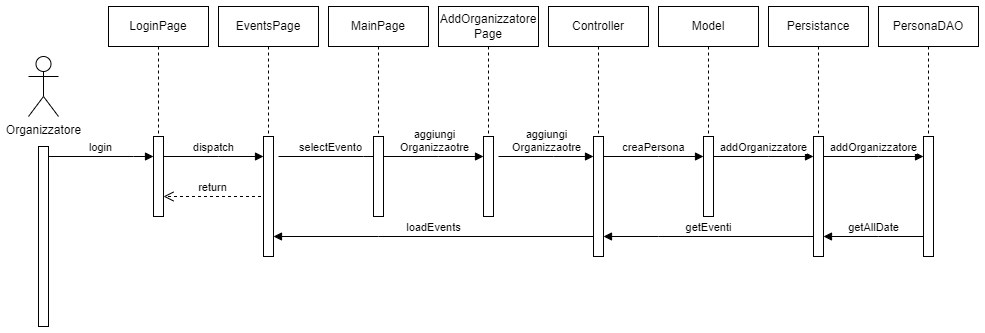
The draw.io diagram Documentazione/Diagrammi/Draw.io/images/aggiungiOrganizzatore.png in IngSW-unipv/Progetto-H25, before a commit. Source tidied: cells renumbered, new cells last; positions are measured from the earlier drawing's top-left corner, leaving out a move shared by most shapes.
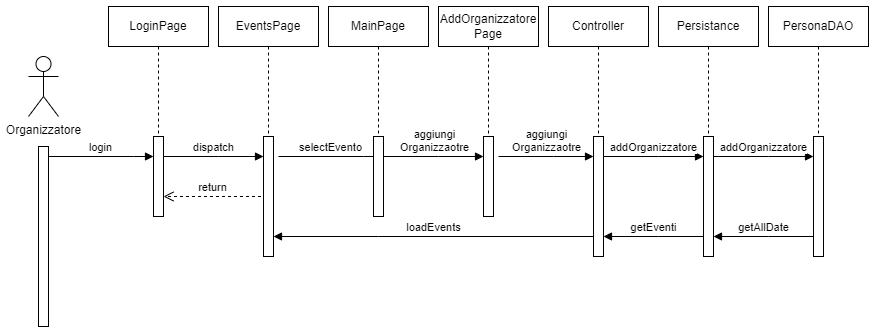
The same file after the commit.

Diff of the diagram source:
```diff
@@ -82,26 +82,8 @@
     <mxCell id="20" style="html=1;points=[[0,0,0,0,5],[0,1,0,0,-5],[1,0,0,0,5],[1,1,0,0,-5]];perimeter=orthogonalPerimeter;outlineConnect=0;targetShapes=umlLifeline;portConstraint=eastwest;newEdgeStyle={&quot;curved&quot;:0,&quot;rounded&quot;:0};" parent="18" vertex="1">
       <mxGeometry x="45" y="130" width="10" height="120" as="geometry" />
     </mxCell>
-    <mxCell id="21" style="group;" parent="1" vertex="1">
-      <mxGeometry x="630" width="100" height="210" as="geometry" />
-    </mxCell>
-    <mxCell id="22" value="Model" style="shape=umlLifeline;perimeter=lifelinePerimeter;whiteSpace=wrap;html=1;newEdgeStyle={&quot;edgeStyle&quot;:&quot;elbowEdgeStyle&quot;,&quot;elbow&quot;:&quot;vertical&quot;,&quot;curved&quot;:0,&quot;rounded&quot;:0};" parent="21" vertex="1">
-      <mxGeometry width="100" height="210" as="geometry" />
-    </mxCell>
-    <mxCell id="23" style="html=1;perimeter=orthogonalPerimeter;targetShapes=umlLifeline;newEdgeStyle={&quot;curved&quot;:0,&quot;rounded&quot;:0};" parent="21" vertex="1">
-      <mxGeometry x="45" y="130" width="10" height="80" as="geometry" />
-    </mxCell>
-    <mxCell id="24" value="creaPersona" style="html=1;verticalAlign=bottom;endArrow=block;edgeStyle=elbowEdgeStyle;elbow=vertical;curved=0;rounded=0;" parent="21" edge="1">
-      <mxGeometry relative="1" as="geometry">
-        <mxPoint x="-55" y="150" as="sourcePoint" />
-        <mxPoint x="45" y="150" as="targetPoint" />
-        <Array as="points">
-          <mxPoint y="150" />
-        </Array>
-      </mxGeometry>
-    </mxCell>
     <mxCell id="25" style="group;" parent="1" vertex="1">
-      <mxGeometry x="740" width="100" height="280" as="geometry" />
+      <mxGeometry x="630" width="100" height="280" as="geometry" />
     </mxCell>
     <mxCell id="26" value="Persistance" style="shape=umlLifeline;perimeter=lifelinePerimeter;whiteSpace=wrap;html=1;newEdgeStyle={&quot;edgeStyle&quot;:&quot;elbowEdgeStyle&quot;,&quot;elbow&quot;:&quot;vertical&quot;,&quot;curved&quot;:0,&quot;rounded&quot;:0};" parent="25" vertex="1">
       <mxGeometry width="100" height="210" as="geometry" />
@@ -119,7 +101,7 @@
       </mxGeometry>
     </mxCell>
     <mxCell id="29" style="group;" parent="1" vertex="1">
-      <mxGeometry x="850" width="100" height="270" as="geometry" />
+      <mxGeometry x="740" width="100" height="270" as="geometry" />
     </mxCell>
     <mxCell id="30" value="PersonaDAO" style="shape=umlLifeline;perimeter=lifelinePerimeter;whiteSpace=wrap;html=1;newEdgeStyle={&quot;edgeStyle&quot;:&quot;elbowEdgeStyle&quot;,&quot;elbow&quot;:&quot;vertical&quot;,&quot;curved&quot;:0,&quot;rounded&quot;:0};" parent="29" vertex="1">
       <mxGeometry width="100" height="210" as="geometry" />
@@ -153,7 +135,7 @@
     <mxCell id="35" value="getAllDate" style="html=1;verticalAlign=bottom;endArrow=block;edgeStyle=elbowEdgeStyle;elbow=vertical;curved=0;rounded=0;" parent="1" edge="1" source="31" target="27">
       <mxGeometry relative="1" as="geometry">
         <Array as="points">
-          <mxPoint x="850" y="230" />
+          <mxPoint x="740" y="230" />
         </Array>
       </mxGeometry>
     </mxCell>
```
